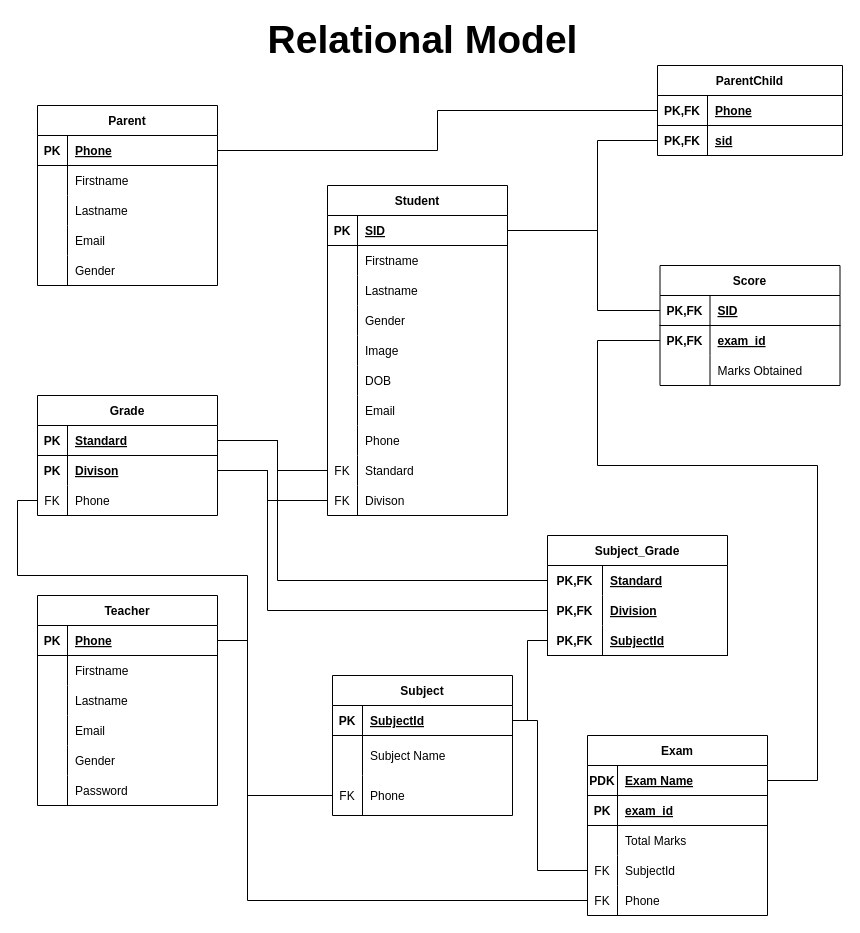
This is Database/School App Relational Model.drawio.xml from parmar-mohit/School-App, a draw.io file, before an edit. Source tidied: cells renumbered, new cells numbered last; positions are measured from the earlier drawing's top-left corner, leaving out a move shared by most shapes. Both pictures are drawn from the tidied source at 100%, with x=0, y=0 at pixel (17, 25).
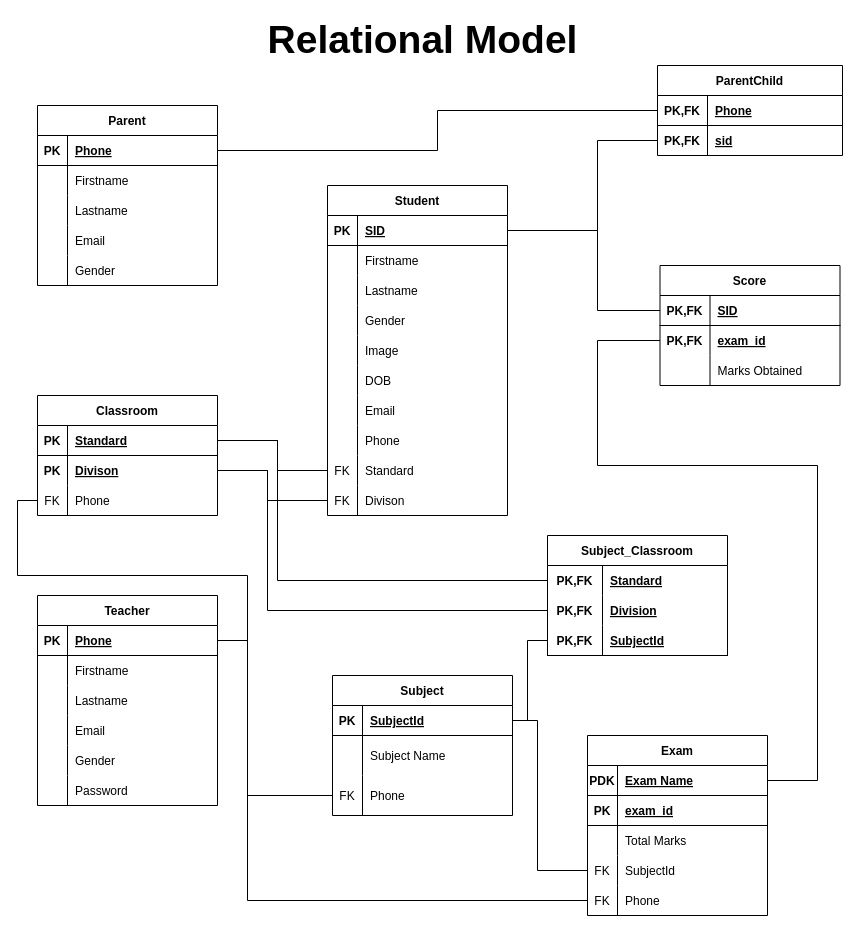
After the change.

Commit message (it also covers changes not shown here):
Change Grade to Classroom

The edit, as a diff of the source:
```diff
@@
-    <mxCell id="56" value="Grade" style="shape=table;startSize=30;childLayout=tableLayout;rowLines=0;fontStyle=1;align=center;" parent="1" vertex="1">
+    <mxCell id="56" value="Classroom" style="shape=table;startSize=30;childLayout=tableLayout;rowLines=0;fontStyle=1;align=center;" parent="1" vertex="1">
       <mxGeometry x="20" y="370" width="180" height="120" as="geometry" />
     </mxCell>
@@
-    <mxCell id="76" value="Subject_Grade" style="shape=table;startSize=30;childLayout=tableLayout;rowLines=0;fontStyle=1;align=center;" parent="1" vertex="1">
+    <mxCell id="76" value="Subject_Classroom" style="shape=table;startSize=30;childLayout=tableLayout;rowLines=0;fontStyle=1;align=center;" parent="1" vertex="1">
       <mxGeometry x="530" y="510" width="180" height="120" as="geometry" />
     </mxCell>
```
